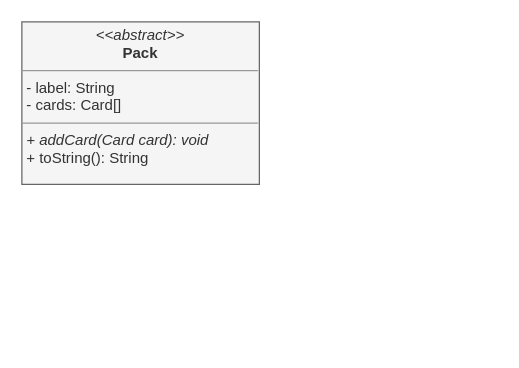
iham/cardgameapp keeps this draw.io diagram as uml-models/pack.drawio. Above is the earlier version. Source tidied: cells renumbered, new cells numbered last; positions are measured from the earlier drawing's top-left corner, leaving out a move shared by most shapes. Both pictures are drawn from the tidied source at 125%, with x=0, y=0 at pixel (21, 21).
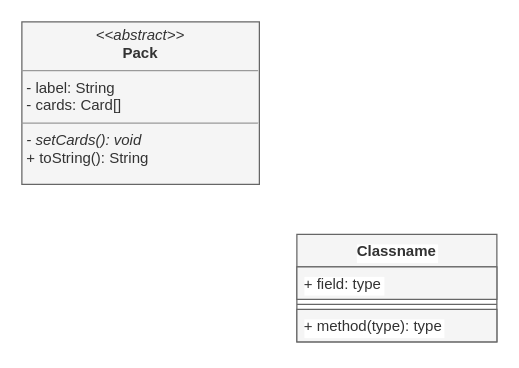
Above is the later version.

The edit, as a diff of the source:
```diff
@@
 <mxGraphModel>
   <root>
     <mxCell id="0" />
     <mxCell id="1" parent="0" />
-    <mxCell id="2" value="&lt;p style=&quot;margin: 0px ; margin-top: 4px ; text-align: center&quot;&gt;&lt;i&gt;&amp;lt;&amp;lt;abstract&amp;gt;&amp;gt;&lt;/i&gt;&lt;br&gt;&lt;b&gt;Pack&lt;/b&gt;&lt;/p&gt;&lt;hr size=&quot;1&quot;&gt;&lt;p style=&quot;margin: 0px ; margin-left: 4px&quot;&gt;- label: String&lt;/p&gt;&lt;p style=&quot;margin: 0px ; margin-left: 4px&quot;&gt;- cards: Card[]&lt;br&gt;&lt;/p&gt;&lt;hr size=&quot;1&quot;&gt;&lt;p style=&quot;margin: 0px ; margin-left: 4px&quot;&gt;&lt;i&gt;+ addCard(Card card): void&lt;/i&gt;&lt;br&gt;+ toString(): String&lt;/p&gt;" style="verticalAlign=top;align=left;overflow=fill;fontSize=12;fontFamily=Helvetica;html=1;fillColor=#f5f5f5;fontColor=#333333;strokeColor=#666666;" parent="1" vertex="1">
+    <mxCell id="2" value="&lt;p style=&quot;margin: 0px ; margin-top: 4px ; text-align: center&quot;&gt;&lt;i&gt;&amp;lt;&amp;lt;abstract&amp;gt;&amp;gt;&lt;/i&gt;&lt;br&gt;&lt;b&gt;Pack&lt;/b&gt;&lt;/p&gt;&lt;hr size=&quot;1&quot;&gt;&lt;p style=&quot;margin: 0px ; margin-left: 4px&quot;&gt;- label: String&lt;/p&gt;&lt;p style=&quot;margin: 0px ; margin-left: 4px&quot;&gt;- cards: Card[]&lt;br&gt;&lt;/p&gt;&lt;hr size=&quot;1&quot;&gt;&lt;p style=&quot;margin: 0px ; margin-left: 4px&quot;&gt;&lt;i&gt;- setCards(): void&lt;/i&gt;&lt;br&gt;+ toString(): String&lt;/p&gt;" style="verticalAlign=top;align=left;overflow=fill;fontSize=12;fontFamily=Helvetica;html=1;fillColor=#f5f5f5;fontColor=#333333;strokeColor=#666666;" parent="1" vertex="1">
       <mxGeometry width="190" height="130" as="geometry" />
     </mxCell>
+    <mxCell id="3" value="Classname" style="swimlane;fontStyle=1;align=center;verticalAlign=top;horizontal=1;startSize=26;labelBackgroundColor=#FFFFFF;strokeColor=#666666;fillColor=#f5f5f5;fontColor=#333333;" parent="1" vertex="1">
+      <mxGeometry x="220" y="170" width="160" height="86" as="geometry" />
+    </mxCell>
+    <mxCell id="4" value="+ field: type" style="text;strokeColor=#666666;fillColor=#f5f5f5;align=left;verticalAlign=top;spacingLeft=4;spacingRight=4;overflow=hidden;labelBackgroundColor=#FFFFFF;fontColor=#333333;" parent="3" vertex="1">
+      <mxGeometry y="26" width="160" height="26" as="geometry" />
+    </mxCell>
+    <mxCell id="5" style="line;strokeWidth=1;fillColor=#f5f5f5;align=left;verticalAlign=middle;spacingTop=-1;spacingLeft=3;spacingRight=3;labelPosition=right;labelBackgroundColor=#FFFFFF;fontColor=#333333;strokeColor=#666666;" parent="3" vertex="1">
+      <mxGeometry y="52" width="160" height="8" as="geometry" />
+    </mxCell>
+    <mxCell id="6" value="+ method(type): type" style="text;strokeColor=#666666;fillColor=#f5f5f5;align=left;verticalAlign=top;spacingLeft=4;spacingRight=4;overflow=hidden;labelBackgroundColor=#FFFFFF;fontColor=#333333;" parent="3" vertex="1">
+      <mxGeometry y="60" width="160" height="26" as="geometry" />
+    </mxCell>
   </root>
 </mxGraphModel>
```
